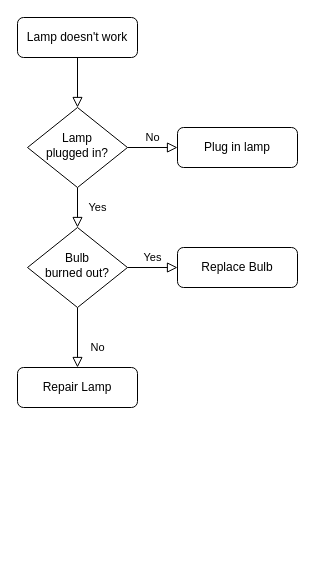
Above: Untitled Diagram.drawio in fanlying/hello-world (draw.io), before the change. Source tidied: cells renumbered, new cells numbered last; positions are measured from the earlier drawing's top-left corner, leaving out a move shared by most shapes. Both pictures are drawn from the tidied source at 100%, with x=0, y=0 at pixel (17, 17).
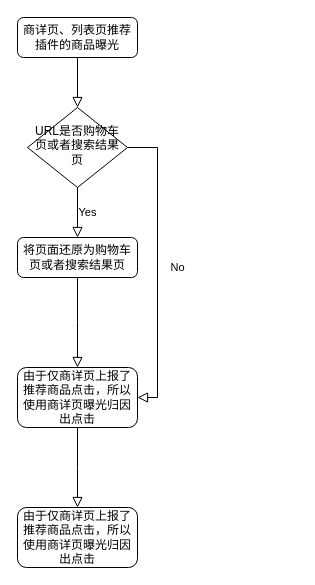
Above is the later version.

Diff of the diagram source:
```diff
@@
 <mxGraphModel>
   <root>
     <mxCell id="0" />
     <mxCell id="1" parent="0" />
     <mxCell id="2" style="rounded=0;html=1;jettySize=auto;fontSize=11;endArrow=block;endFill=0;endSize=8;strokeWidth=1;shadow=0;labelBackgroundColor=none;edgeStyle=orthogonalEdgeStyle;" parent="1" edge="1" source="3" target="6">
       <mxGeometry relative="1" as="geometry" />
     </mxCell>
-    <mxCell id="3" value="Lamp doesn't work" style="rounded=1;whiteSpace=wrap;html=1;fontSize=12;glass=0;strokeWidth=1;shadow=0;" parent="1" vertex="1">
+    <mxCell id="3" value="商详页、列表页推荐插件的商品曝光" style="rounded=1;whiteSpace=wrap;html=1;fontSize=12;glass=0;strokeWidth=1;shadow=0;" parent="1" vertex="1">
       <mxGeometry width="120" height="40" as="geometry" />
     </mxCell>
-    <mxCell id="4" value="Yes" style="rounded=0;html=1;jettySize=auto;fontSize=11;endArrow=block;endFill=0;endSize=8;strokeWidth=1;shadow=0;labelBackgroundColor=none;edgeStyle=orthogonalEdgeStyle;" parent="1" edge="1" source="6" target="10">
-      <mxGeometry y="20" relative="1" as="geometry" />
+    <mxCell id="4" value="No" style="rounded=0;html=1;jettySize=auto;fontSize=11;endArrow=block;endFill=0;endSize=8;strokeWidth=1;shadow=0;labelBackgroundColor=none;edgeStyle=orthogonalEdgeStyle;entryX=1;entryY=0.5;entryDx=0;entryDy=0;" parent="1" edge="1" source="6" target="13">
+      <mxGeometry y="20" relative="1" as="geometry">
+        <Array as="points">
+          <mxPoint x="140" y="130" />
+          <mxPoint x="140" y="380" />
+        </Array>
+      </mxGeometry>
     </mxCell>
-    <mxCell id="5" value="No" style="edgeStyle=orthogonalEdgeStyle;rounded=0;html=1;jettySize=auto;fontSize=11;endArrow=block;endFill=0;endSize=8;strokeWidth=1;shadow=0;labelBackgroundColor=none;" parent="1" edge="1" source="6" target="7">
+    <mxCell id="5" value="Yes" style="edgeStyle=orthogonalEdgeStyle;rounded=0;html=1;jettySize=auto;fontSize=11;endArrow=block;endFill=0;endSize=8;strokeWidth=1;shadow=0;labelBackgroundColor=none;" parent="1" edge="1" source="6" target="7">
       <mxGeometry y="10" relative="1" as="geometry" />
     </mxCell>
-    <mxCell id="6" value="Lamp&lt;br&gt;plugged in?" style="rhombus;whiteSpace=wrap;html=1;shadow=0;fontFamily=Helvetica;fontSize=12;align=center;strokeWidth=1;spacing=6;spacingTop=-4;" parent="1" vertex="1">
+    <mxCell id="6" value="URL是否购物车页或者搜索结果页" style="rhombus;whiteSpace=wrap;html=1;shadow=0;fontFamily=Helvetica;fontSize=12;align=center;strokeWidth=1;spacing=6;spacingTop=-4;" parent="1" vertex="1">
       <mxGeometry x="10" y="90" width="100" height="80" as="geometry" />
     </mxCell>
+    <mxCell id="8" style="rounded=0;html=1;jettySize=auto;fontSize=11;endArrow=block;endFill=0;endSize=8;strokeWidth=1;shadow=0;labelBackgroundColor=none;edgeStyle=orthogonalEdgeStyle;startArrow=none;" parent="1" edge="1" source="7">
+      <mxGeometry x="0.33" y="20" relative="1" as="geometry">
+        <mxPoint x="60" y="350" as="targetPoint" />
+      </mxGeometry>
+    </mxCell>
-    <mxCell id="7" value="Plug in lamp" style="rounded=1;whiteSpace=wrap;html=1;fontSize=12;glass=0;strokeWidth=1;shadow=0;" parent="1" vertex="1">
-      <mxGeometry x="160" y="110" width="120" height="40" as="geometry" />
+    <mxCell id="7" value="将页面还原为购物车页或者搜索结果页" style="rounded=1;whiteSpace=wrap;html=1;fontSize=12;glass=0;strokeWidth=1;shadow=0;" parent="1" vertex="1">
+      <mxGeometry y="220" width="120" height="40" as="geometry" />
     </mxCell>
-    <mxCell id="8" value="No" style="rounded=0;html=1;jettySize=auto;fontSize=11;endArrow=block;endFill=0;endSize=8;strokeWidth=1;shadow=0;labelBackgroundColor=none;edgeStyle=orthogonalEdgeStyle;" parent="1" edge="1" source="10" target="11">
-      <mxGeometry x="0.33" y="20" relative="1" as="geometry" />
-    </mxCell>
-    <mxCell id="9" value="Yes" style="edgeStyle=orthogonalEdgeStyle;rounded=0;html=1;jettySize=auto;fontSize=11;endArrow=block;endFill=0;endSize=8;strokeWidth=1;shadow=0;labelBackgroundColor=none;" parent="1" edge="1" source="10" target="12">
-      <mxGeometry y="10" relative="1" as="geometry" />
-    </mxCell>
-    <mxCell id="10" value="Bulb&lt;br&gt;burned out?" style="rhombus;whiteSpace=wrap;html=1;shadow=0;fontFamily=Helvetica;fontSize=12;align=center;strokeWidth=1;spacing=6;spacingTop=-4;" parent="1" vertex="1">
-      <mxGeometry x="10" y="210" width="100" height="80" as="geometry" />
-    </mxCell>
-    <mxCell id="11" value="Repair Lamp" style="rounded=1;whiteSpace=wrap;html=1;fontSize=12;glass=0;strokeWidth=1;shadow=0;" parent="1" vertex="1">
-      <mxGeometry y="350" width="120" height="40" as="geometry" />
-    </mxCell>
-    <mxCell id="12" value="Replace Bulb" style="rounded=1;whiteSpace=wrap;html=1;fontSize=12;glass=0;strokeWidth=1;shadow=0;" parent="1" vertex="1">
-      <mxGeometry x="160" y="230" width="120" height="40" as="geometry" />
-    </mxCell>
+    <mxCell id="13" value="由于仅商详页上报了推荐商品点击，所以使用商详页曝光归因出点击" style="rounded=1;whiteSpace=wrap;html=1;fontSize=12;glass=0;strokeWidth=1;shadow=0;" parent="1" vertex="1">
+      <mxGeometry y="350" width="120" height="60" as="geometry" />
+    </mxCell>
+    <mxCell id="14" value="由于仅商详页上报了推荐商品点击，所以使用商详页曝光归因出点击" style="rounded=1;whiteSpace=wrap;html=1;fontSize=12;glass=0;strokeWidth=1;shadow=0;" parent="1" vertex="1">
+      <mxGeometry y="490" width="120" height="60" as="geometry" />
+    </mxCell>
+    <mxCell id="15" style="rounded=0;html=1;jettySize=auto;fontSize=11;endArrow=block;endFill=0;endSize=8;strokeWidth=1;shadow=0;labelBackgroundColor=none;edgeStyle=orthogonalEdgeStyle;startArrow=none;exitX=0.5;exitY=1;exitDx=0;exitDy=0;" parent="1" edge="1" source="13">
+      <mxGeometry x="0.33" y="20" relative="1" as="geometry">
+        <mxPoint x="60" y="490" as="targetPoint" />
+      </mxGeometry>
+    </mxCell>
   </root>
 </mxGraphModel>
```
